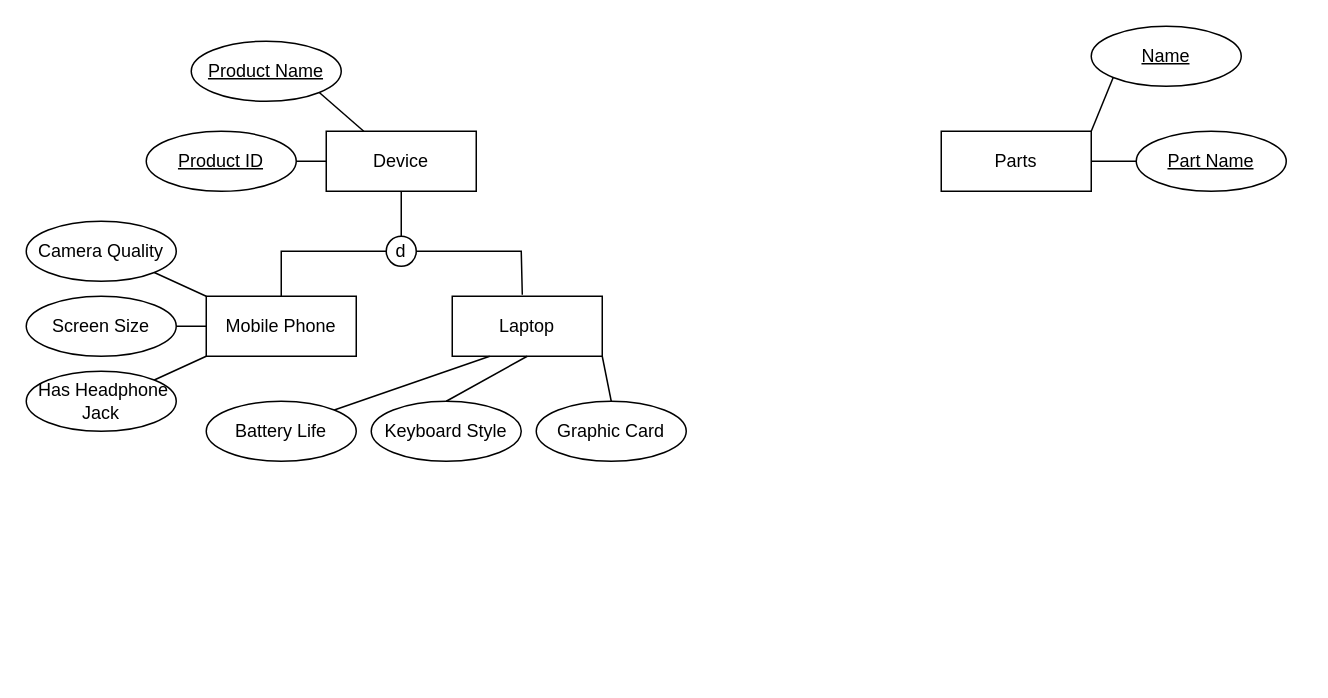
Above: page "Page-4" (4 of 4) of Untitled Diagram.drawio in harry-sunhao/52pojie (draw.io), before the change. Source tidied: cells renumbered, new cells numbered last; positions are measured from the earlier drawing's top-left corner, leaving out a move shared by most shapes. Both pictures are drawn from the tidied source at 150%, with x=0, y=0 at pixel (26, 26).
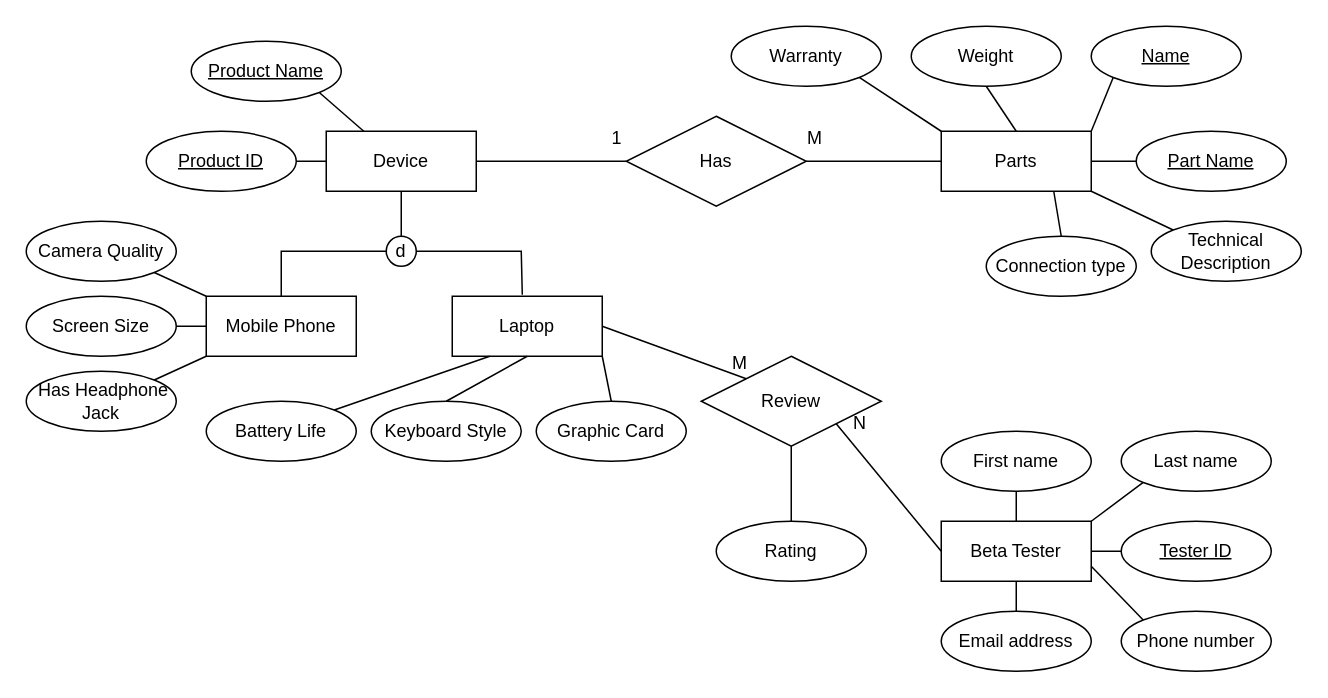
The same diagram, later.

The change refers to these unchanged cells:
```xml
<mxCell id="2" value="Device" style="whiteSpace=wrap;html=1;align=center;" parent="1" vertex="1">
  <mxGeometry x="200" y="70" width="100" height="40" as="geometry" />
</mxCell>
<mxCell id="12" value="Laptop" style="whiteSpace=wrap;html=1;align=center;" parent="1" vertex="1">
  <mxGeometry x="284" y="180" width="100" height="40" as="geometry" />
</mxCell>
<mxCell id="25" value="Parts" style="whiteSpace=wrap;html=1;align=center;" parent="1" vertex="1">
  <mxGeometry x="610" y="70" width="100" height="40" as="geometry" />
</mxCell>
```

What changed in the source:
```diff
@@
+    <mxCell id="30" value="Weight" style="ellipse;whiteSpace=wrap;html=1;align=center;" parent="1" vertex="1">
+      <mxGeometry x="590" width="100" height="40" as="geometry" />
+    </mxCell>
+    <mxCell id="31" value="Warranty" style="ellipse;whiteSpace=wrap;html=1;align=center;" parent="1" vertex="1">
+      <mxGeometry x="470" width="100" height="40" as="geometry" />
+    </mxCell>
+    <mxCell id="32" value="Technical Description" style="ellipse;whiteSpace=wrap;html=1;align=center;" parent="1" vertex="1">
+      <mxGeometry x="750" y="130" width="100" height="40" as="geometry" />
+    </mxCell>
+    <mxCell id="33" value="Connection type" style="ellipse;whiteSpace=wrap;html=1;align=center;" parent="1" vertex="1">
+      <mxGeometry x="640" y="140" width="100" height="40" as="geometry" />
+    </mxCell>
+    <mxCell id="34" style="endArrow=none;html=1;rounded=0;entryX=0.5;entryY=0;entryDx=0;entryDy=0;exitX=0.5;exitY=1;exitDx=0;exitDy=0;" parent="1" edge="1" source="30" target="25">
+      <mxGeometry relative="1" as="geometry" />
+    </mxCell>
+    <mxCell id="35" style="endArrow=none;html=1;rounded=0;entryX=0;entryY=0;entryDx=0;entryDy=0;exitX=1;exitY=1;exitDx=0;exitDy=0;" parent="1" edge="1" source="31" target="25">
+      <mxGeometry relative="1" as="geometry" />
+    </mxCell>
+    <mxCell id="36" style="endArrow=none;html=1;rounded=0;entryX=0.5;entryY=0;entryDx=0;entryDy=0;exitX=0.75;exitY=1;exitDx=0;exitDy=0;" parent="1" edge="1" source="25" target="33">
+      <mxGeometry relative="1" as="geometry" />
+    </mxCell>
+    <mxCell id="37" style="endArrow=none;html=1;rounded=0;entryX=0;entryY=0;entryDx=0;entryDy=0;exitX=1;exitY=1;exitDx=0;exitDy=0;" parent="1" edge="1" source="25" target="32">
+      <mxGeometry relative="1" as="geometry" />
+    </mxCell>
+    <mxCell id="38" value="Beta Tester" style="whiteSpace=wrap;html=1;align=center;" parent="1" vertex="1">
+      <mxGeometry x="610" y="330" width="100" height="40" as="geometry" />
+    </mxCell>
+    <mxCell id="39" value="First name" style="ellipse;whiteSpace=wrap;html=1;align=center;" parent="1" vertex="1">
+      <mxGeometry x="610" y="270" width="100" height="40" as="geometry" />
+    </mxCell>
+    <mxCell id="40" value="Last name" style="ellipse;whiteSpace=wrap;html=1;align=center;" parent="1" vertex="1">
+      <mxGeometry x="730" y="270" width="100" height="40" as="geometry" />
+    </mxCell>
+    <mxCell id="41" value="Tester ID" style="ellipse;whiteSpace=wrap;html=1;align=center;fontStyle=4;" parent="1" vertex="1">
+      <mxGeometry x="730" y="330" width="100" height="40" as="geometry" />
+    </mxCell>
+    <mxCell id="42" value="Phone number" style="ellipse;whiteSpace=wrap;html=1;align=center;" parent="1" vertex="1">
+      <mxGeometry x="730" y="390" width="100" height="40" as="geometry" />
+    </mxCell>
+    <mxCell id="43" value="Email address" style="ellipse;whiteSpace=wrap;html=1;align=center;" parent="1" vertex="1">
+      <mxGeometry x="610" y="390" width="100" height="40" as="geometry" />
+    </mxCell>
+    <mxCell id="44" style="endArrow=none;html=1;rounded=0;entryX=0.5;entryY=0;entryDx=0;entryDy=0;exitX=0.5;exitY=1;exitDx=0;exitDy=0;" parent="1" edge="1" source="39" target="38">
+      <mxGeometry relative="1" as="geometry" />
+    </mxCell>
+    <mxCell id="45" style="endArrow=none;html=1;rounded=0;entryX=0;entryY=1;entryDx=0;entryDy=0;exitX=1;exitY=0;exitDx=0;exitDy=0;" parent="1" edge="1" source="38" target="40">
+      <mxGeometry relative="1" as="geometry" />
+    </mxCell>
+    <mxCell id="46" style="endArrow=none;html=1;rounded=0;entryX=0;entryY=0.5;entryDx=0;entryDy=0;exitX=1;exitY=0.5;exitDx=0;exitDy=0;" parent="1" edge="1" source="38" target="41">
+      <mxGeometry relative="1" as="geometry" />
+    </mxCell>
+    <mxCell id="47" style="endArrow=none;html=1;rounded=0;entryX=0;entryY=0;entryDx=0;entryDy=0;exitX=1;exitY=0.75;exitDx=0;exitDy=0;" parent="1" edge="1" source="38" target="42">
+      <mxGeometry relative="1" as="geometry" />
+    </mxCell>
+    <mxCell id="48" style="endArrow=none;html=1;rounded=0;entryX=0.5;entryY=0;entryDx=0;entryDy=0;exitX=0.5;exitY=1;exitDx=0;exitDy=0;" parent="1" edge="1" source="38" target="43">
+      <mxGeometry relative="1" as="geometry" />
+    </mxCell>
+    <mxCell id="49" value="Has" style="shape=rhombus;perimeter=rhombusPerimeter;whiteSpace=wrap;html=1;align=center;" parent="1" vertex="1">
+      <mxGeometry x="400" y="60" width="120" height="60" as="geometry" />
+    </mxCell>
+    <mxCell id="50" style="endArrow=none;html=1;rounded=0;exitX=1;exitY=0.5;exitDx=0;exitDy=0;entryX=0;entryY=0.5;entryDx=0;entryDy=0;" parent="1" edge="1" source="2" target="49">
+      <mxGeometry relative="1" as="geometry" />
+    </mxCell>
+    <mxCell id="51" style="endArrow=none;html=1;rounded=0;entryX=0;entryY=0.5;entryDx=0;entryDy=0;exitX=1;exitY=0.5;exitDx=0;exitDy=0;" parent="1" edge="1" source="49" target="25">
+      <mxGeometry relative="1" as="geometry" />
+    </mxCell>
+    <mxCell id="52" value="M" style="text;html=1;strokeColor=none;fillColor=none;align=center;verticalAlign=middle;whiteSpace=wrap;rounded=0;" parent="1" vertex="1">
+      <mxGeometry x="520" y="70" width="12" height="10" as="geometry" />
+    </mxCell>
+    <mxCell id="53" value="1" style="text;html=1;strokeColor=none;fillColor=none;align=center;verticalAlign=middle;whiteSpace=wrap;rounded=0;" parent="1" vertex="1">
+      <mxGeometry x="388" y="70" width="12" height="10" as="geometry" />
+    </mxCell>
+    <mxCell id="54" value="Review" style="shape=rhombus;perimeter=rhombusPerimeter;whiteSpace=wrap;html=1;align=center;" parent="1" vertex="1">
+      <mxGeometry x="450" y="220" width="120" height="60" as="geometry" />
+    </mxCell>
+    <mxCell id="55" style="endArrow=none;html=1;rounded=0;entryX=0;entryY=0.5;entryDx=0;entryDy=0;exitX=1;exitY=1;exitDx=0;exitDy=0;" parent="1" edge="1" source="54" target="38">
+      <mxGeometry relative="1" as="geometry" />
+    </mxCell>
+    <mxCell id="56" style="endArrow=none;html=1;rounded=0;entryX=0;entryY=0;entryDx=0;entryDy=0;exitX=1;exitY=0.5;exitDx=0;exitDy=0;" parent="1" edge="1" source="12" target="54">
+      <mxGeometry relative="1" as="geometry" />
+    </mxCell>
+    <mxCell id="57" value="M" style="text;html=1;strokeColor=none;fillColor=none;align=center;verticalAlign=middle;whiteSpace=wrap;rounded=0;" parent="1" vertex="1">
+      <mxGeometry x="470" y="220" width="12" height="10" as="geometry" />
+    </mxCell>
+    <mxCell id="58" value="N" style="text;html=1;strokeColor=none;fillColor=none;align=center;verticalAlign=middle;whiteSpace=wrap;rounded=0;" parent="1" vertex="1">
+      <mxGeometry x="550" y="260" width="12" height="10" as="geometry" />
+    </mxCell>
+    <mxCell id="59" style="endArrow=none;html=1;rounded=0;exitX=0.5;exitY=1;exitDx=0;exitDy=0;entryX=0.5;entryY=0;entryDx=0;entryDy=0;" parent="1" edge="1" source="54" target="60">
+      <mxGeometry relative="1" as="geometry" />
+    </mxCell>
+    <mxCell id="60" value="Rating" style="ellipse;whiteSpace=wrap;html=1;align=center;" parent="1" vertex="1">
+      <mxGeometry x="460" y="330" width="100" height="40" as="geometry" />
+    </mxCell>
```
